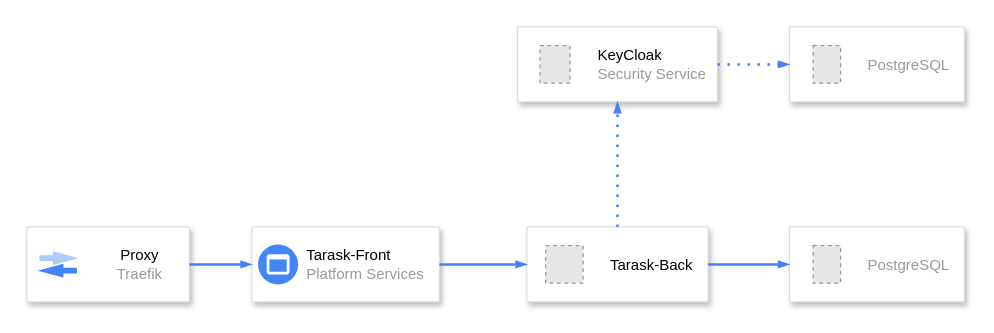
Earlier version of the draw.io diagram Tarask-Architecture.drawio (Craftmusic-Git/TaraskEvent). Source tidied: cells renumbered, new cells numbered last; positions are measured from the earlier drawing's top-left corner, leaving out a move shared by most shapes. Both pictures are drawn from the tidied source at 125%, with x=0, y=0 at pixel (26, 26). Pictures stored in the file or linked from it are replaced by grey dashed boxes.
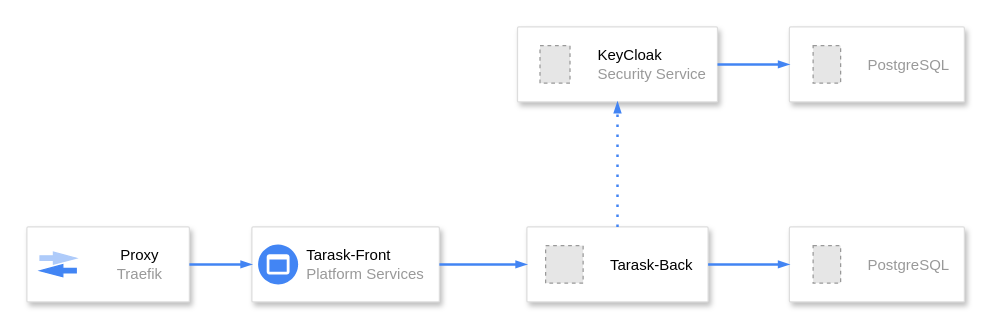
The same page after the edit.

Commit message (it also covers changes not shown here):
Mettre à jour Tarask-Architecture.drawio

The change refers to these unchanged cells:
```xml
<mxCell id="2" style="strokeColor=#dddddd;shadow=1;strokeWidth=1;rounded=1;absoluteArcSize=1;arcSize=2;" parent="1" vertex="1">
  <mxGeometry x="610" width="140" height="60" as="geometry" />
</mxCell>
<mxCell id="4" style="strokeColor=#dddddd;shadow=1;strokeWidth=1;rounded=1;absoluteArcSize=1;arcSize=2;" parent="1" vertex="1">
  <mxGeometry x="392.5" width="160" height="60" as="geometry" />
</mxCell>
```

Change to the diagram source:
```diff
@@
-    <mxCell id="22" style="edgeStyle=orthogonalEdgeStyle;fontSize=12;html=1;endArrow=blockThin;endFill=1;rounded=0;strokeWidth=2;endSize=4;startSize=4;dashed=1;dashPattern=1 3;strokeColor=#4284F3;fontColor=#000000;fillColor=#AECBFA;exitX=1;exitY=0.5;exitDx=0;exitDy=0;entryX=0;entryY=0.5;entryDx=0;entryDy=0;" parent="1" edge="1" source="4" target="2">
+    <mxCell id="22" style="edgeStyle=orthogonalEdgeStyle;fontSize=12;html=1;endArrow=blockThin;endFill=1;rounded=0;strokeWidth=2;endSize=4;startSize=4;strokeColor=#4284F3;fontColor=#000000;fillColor=#AECBFA;exitX=1;exitY=0.5;exitDx=0;exitDy=0;entryX=0;entryY=0.5;entryDx=0;entryDy=0;" parent="1" edge="1" source="4" target="2">
       <mxGeometry relative="1" as="geometry" />
     </mxCell>
```
